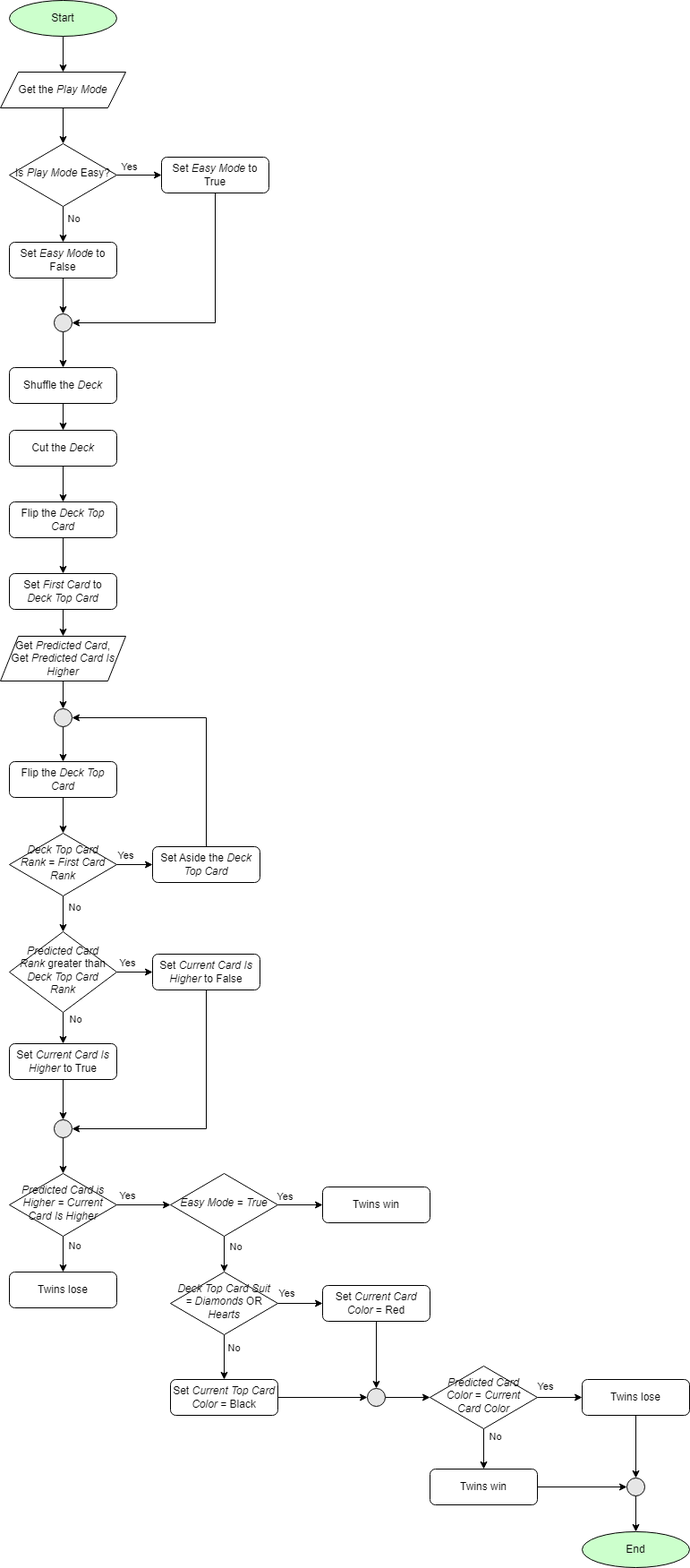
Above: Red_Black_High_Low.drawio.png in ferthelet/techlelevator (draw.io), before the change. Source tidied: cells renumbered, new cells last; positions are measured from the earlier drawing's top-left corner, leaving out a move shared by most shapes.
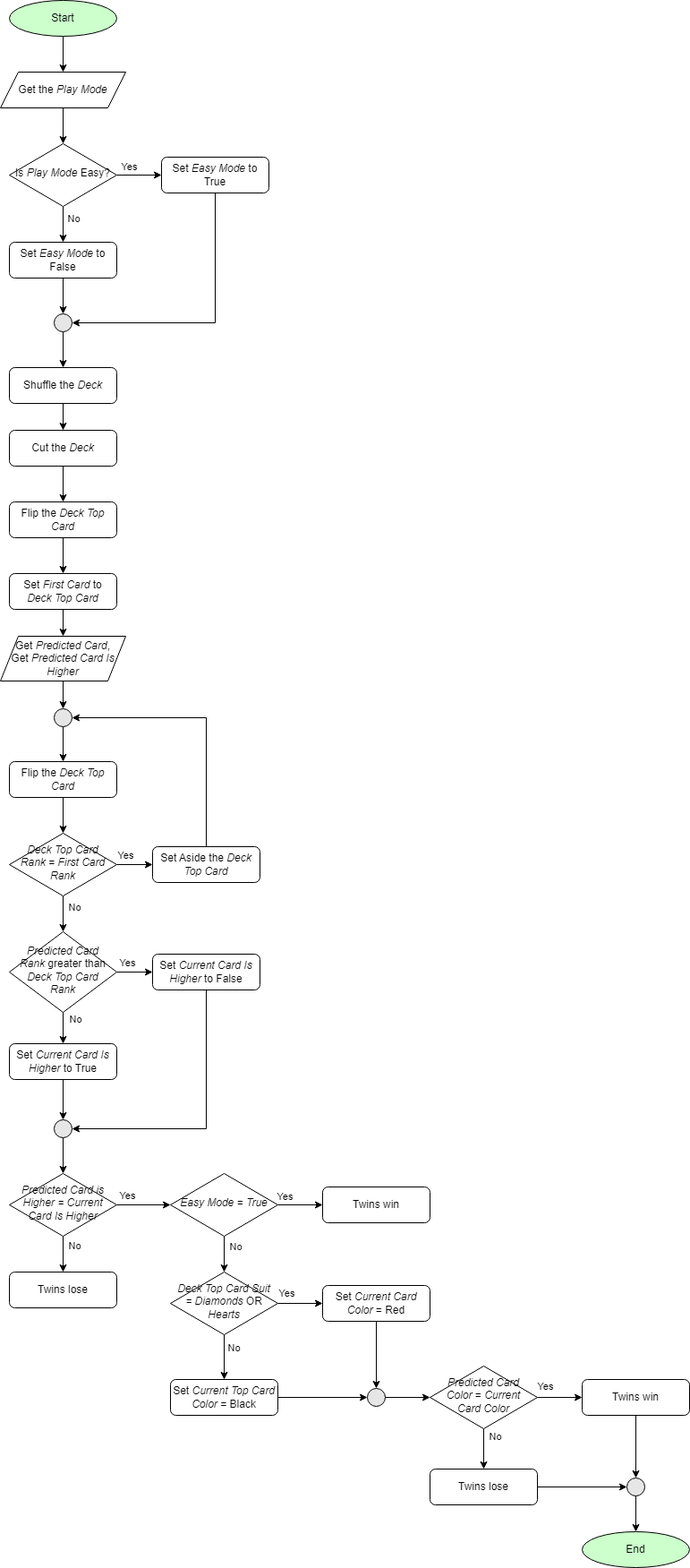
The same file after the commit.

The edit, as a diff of the source:
```diff
@@ -85,7 +85,7 @@
     <mxCell id="26" style="edgeStyle=orthogonalEdgeStyle;rounded=0;jettySize=auto;html=1;" parent="1" edge="1" source="27" target="83">
       <mxGeometry relative="1" as="geometry" />
     </mxCell>
-    <mxCell id="27" value="Twins win" style="rounded=1;whiteSpace=wrap;html=1;fontSize=12;glass=0;strokeWidth=1;shadow=0;" parent="1" vertex="1">
+    <mxCell id="27" value="Twins lose" style="rounded=1;whiteSpace=wrap;html=1;fontSize=12;glass=0;strokeWidth=1;shadow=0;" parent="1" vertex="1">
       <mxGeometry x="480" y="1640" width="120" height="40" as="geometry" />
     </mxCell>
     <mxCell id="28" style="edgeStyle=orthogonalEdgeStyle;rounded=0;jettySize=auto;html=1;" parent="1" edge="1" source="32" target="34">
@@ -110,7 +110,7 @@
     <mxCell id="33" style="edgeStyle=orthogonalEdgeStyle;rounded=0;jettySize=auto;html=1;" parent="1" edge="1" source="34" target="83">
       <mxGeometry relative="1" as="geometry" />
     </mxCell>
-    <mxCell id="34" value="Twins lose" style="rounded=1;whiteSpace=wrap;html=1;fontSize=12;glass=0;strokeWidth=1;shadow=0;" parent="1" vertex="1">
+    <mxCell id="34" value="Twins win" style="rounded=1;whiteSpace=wrap;html=1;fontSize=12;glass=0;strokeWidth=1;shadow=0;" parent="1" vertex="1">
       <mxGeometry x="650" y="1540" width="120" height="40" as="geometry" />
     </mxCell>
     <mxCell id="35" style="edgeStyle=orthogonalEdgeStyle;rounded=0;jettySize=auto;html=1;exitX=0.5;exitY=1;exitDx=0;exitDy=0;entryX=0.5;entryY=0;entryDx=0;entryDy=0;" parent="1" edge="1" source="36" target="24">
```
